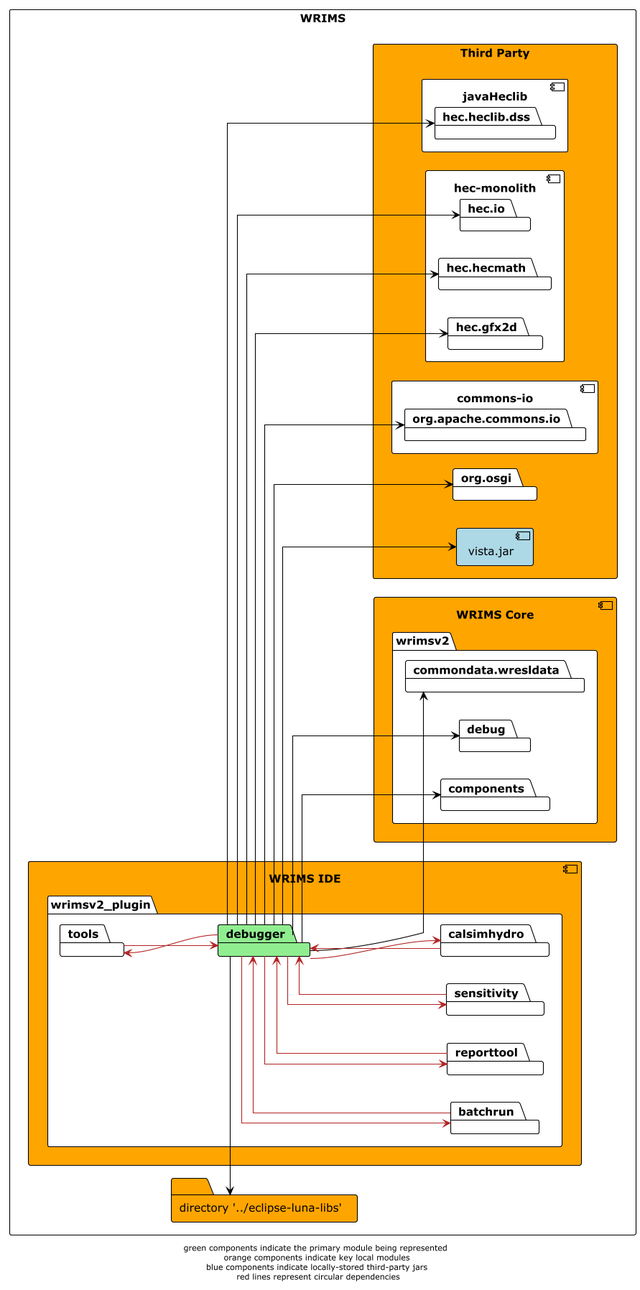
The PlantUML diagram docs/diagrams/wrims-modules/wrims-ide/wrims-ide_debugger.png in CentralValleyModeling/wrims-gui, before a commit.
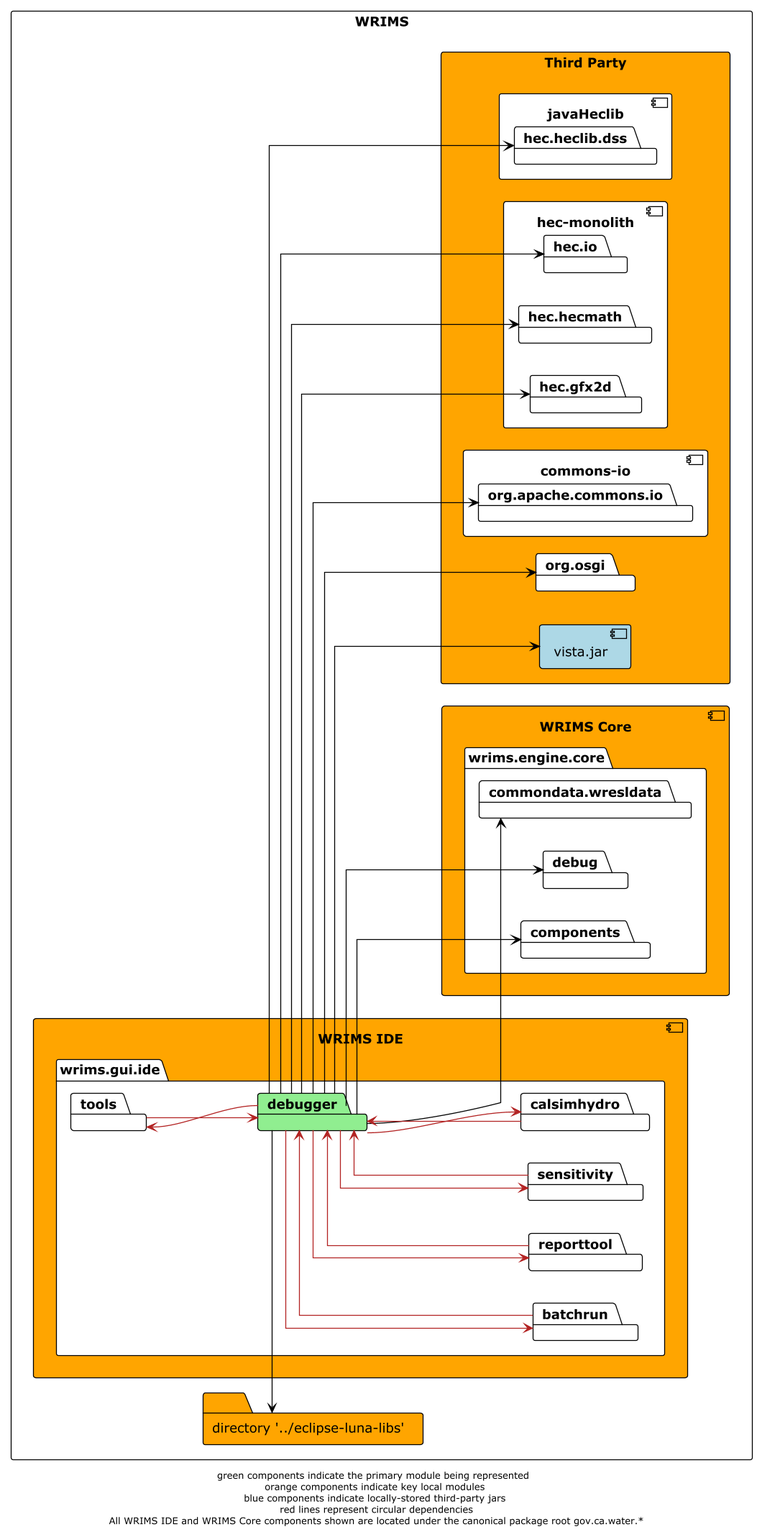
Above is the later version.

Diff of the diagram source:
```diff
@@ -6,7 +6,7 @@
 
 rectangle WRIMS {
     component wrims-ide as "WRIMS IDE" #orange {
-        package wrimsv2_plugin {
+        package wrims.gui.ide {
             package debugger #lightgreen
             package tools
             package batchrun
@@ -17,7 +17,7 @@
     }
 
     component wrims_core as "WRIMS Core" #orange {
-        package wrimsv2 {
+        package wrims.engine.core {
             package commondata.wresldata
             package debug
             package components
@@ -65,5 +65,5 @@
 tools -> debugger #firebrick
 reporttool -> debugger #firebrick
 
-footer "green components indicate the primary module being represented \n orange components indicate key local modules \n blue components indicate locally-stored third-party jars \n red lines represent circular dependencies"
+footer "green components indicate the primary module being represented \n orange components indicate key local modules \n blue components indicate locally-stored third-party jars \n red lines represent circular dependencies\n All WRIMS IDE and WRIMS Core components shown are located under the canonical package root gov.ca.water.*"
 @enduml
```
